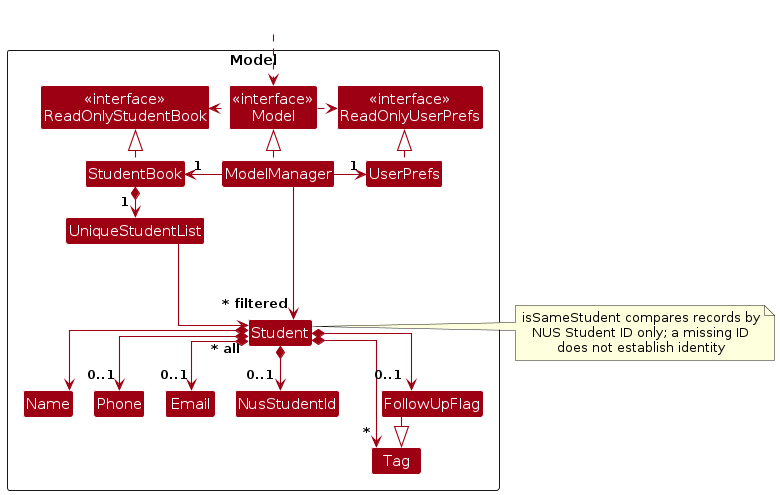
This is diagrams/ModelClassDiagram.png from AY2627S1-CS2103T-T16-1/tp, a PlantUML export, as it was before one commit. Its source is kept beside it as diagrams/ModelClassDiagram.puml.
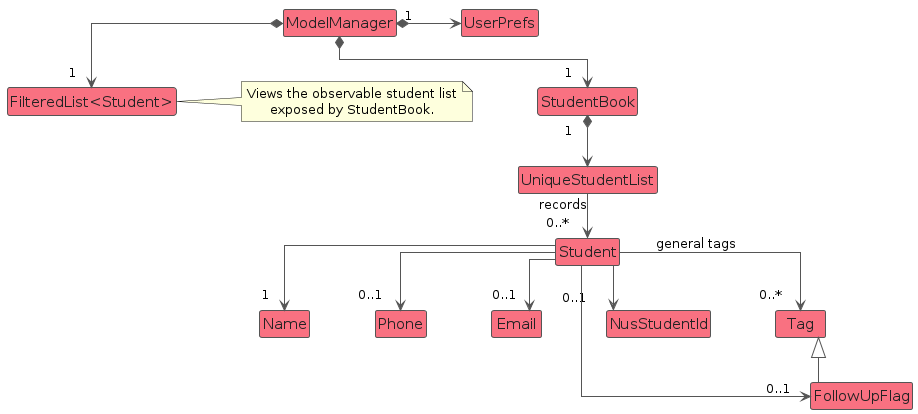
Above is the later version.

Diff of the diagram source:
```diff
@@ -1,66 +1,47 @@
 @startuml
 !include style.puml
+skinparam classBackgroundColor MODEL_COLOR_T1
+skinparam classFontColor #222222
+skinparam classBorderColor #555555
+skinparam arrowColor #555555
+skinparam ArrowFontStyle plain
+skinparam genericDisplay old
 skinparam linetype ortho
-skinparam nodesep 20
-skinparam ranksep 30
-skinparam arrowThickness 1.1
-skinparam arrowColor MODEL_COLOR
-skinparam classBackgroundColor MODEL_COLOR
+skinparam nodesep 65
+skinparam ranksep 45
 
-Package Model as ModelPackage <<Rectangle>>{
-Class "<<interface>>\nReadOnlyStudentBook" as ReadOnlyStudentBook
-Class "<<interface>>\nReadOnlyUserPrefs" as ReadOnlyUserPrefs
-Class "<<interface>>\nModel" as Model
-Class StudentBook
-Class ModelManager
-Class UserPrefs
+class ModelManager
+class StudentBook
+class UserPrefs
+class UniqueStudentList
+class "FilteredList<Student>" as FilteredStudents
+class Student
+class Name
+class Phone
+class Email
+class NusStudentId
+class Tag
+class FollowUpFlag
 
-Class UniqueStudentList
-Class Student
-Class Email
-Class Name
-Class NusStudentId
-Class Phone
-Class Tag
-Class FollowUpFlag
-
-Class I #FFFFFF
-}
-
-Class HiddenOutside #FFFFFF
-HiddenOutside ..> Model
-
-StudentBook .up.|> ReadOnlyStudentBook
-
-ModelManager .up.|> Model
-Model .right.> ReadOnlyUserPrefs
-Model .left.> ReadOnlyStudentBook
-ModelManager -left-> "1" StudentBook
-ModelManager -right-> "1" UserPrefs
-UserPrefs .up.|> ReadOnlyUserPrefs
-
-StudentBook *--> "\n1" UniqueStudentList
-UniqueStudentList --> "\n~* all" Student
-Student *--> Name
-Student *--> "\n0..1" Phone
-Student *--> "\n0..1" Email
-Student *--> "\n0..1" NusStudentId
-Student *--> "\n*" Tag
-Student *--> "\n0..1" FollowUpFlag
-FollowUpFlag --|> Tag
-
-note right of Student
-  isSameStudent compares records by
-  NUS Student ID only; a missing ID
-  does not establish identity
+ModelManager *--> "1   " StudentBook
+ModelManager *-right-> "1   " UserPrefs
+ModelManager *--> "1   " FilteredStudents
+StudentBook *--> "1   " UniqueStudentList
+note right of FilteredStudents
+  Views the observable student list
+  exposed by StudentBook.
 end note
-
-Student -[hidden]up--> I
-UniqueStudentList -[hidden]right-> I
+UniqueStudentList --> "0..*   " Student : records
+Student --> "1   " Name
+Student --> "0..1   " Phone
+Student --> "0..1   " Email
+Student --> "0..1   " NusStudentId
+Student --> "0..*   " Tag : general tags
+Student --> "0..1   " FollowUpFlag
+FollowUpFlag -up-|> Tag
 
 Name -[hidden]right-> Phone
 Phone -[hidden]right-> Email
 Email -[hidden]right-> NusStudentId
-
-ModelManager --> "\n~* filtered" Student
+NusStudentId -[hidden]right-> Tag
 @enduml
```
